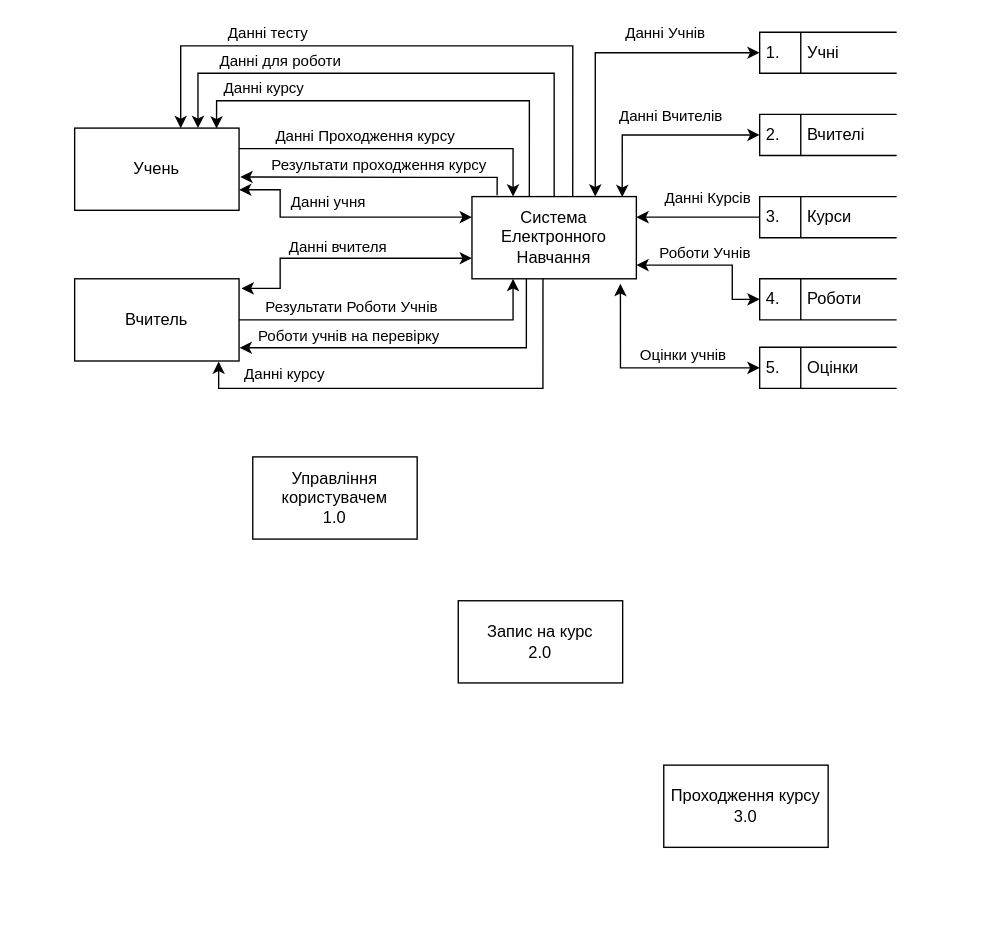
Above: page "DFD 0 level" (3 of 4) of LR2.drawio in SlayVic/Charts (draw.io), before the change. Source tidied: cells renumbered, new cells numbered last; positions are measured from the earlier drawing's top-left corner, leaving out a move shared by most shapes. Both pictures are drawn from the tidied source at 137%, with x=0, y=0 at pixel (74, 32).
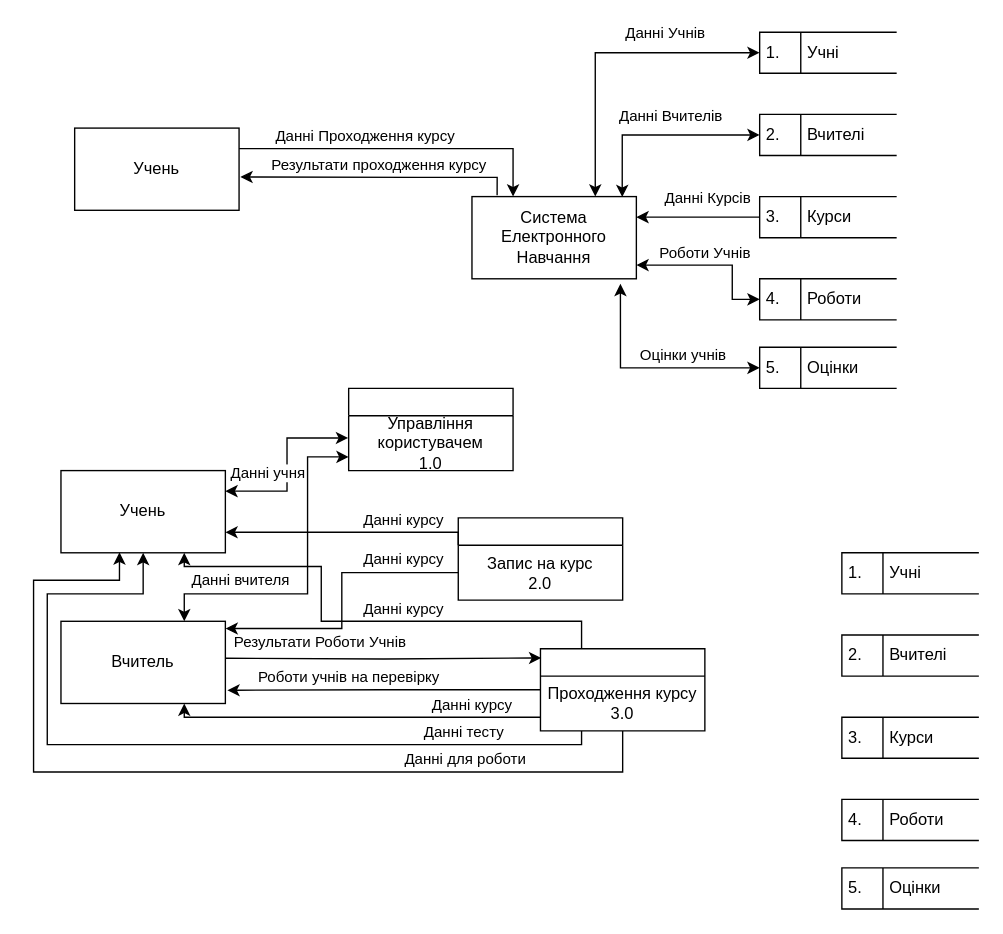
Above is the later version.

The change refers to these unchanged cells:
```xml
<mxCell id="8" value="&lt;span&gt;Система Електронного&lt;/span&gt;&lt;br&gt;&lt;span&gt;Навчання&lt;/span&gt;" style="rounded=0;whiteSpace=wrap;html=1;" parent="1" vertex="1">
  <mxGeometry x="290" y="120" width="120" height="60" as="geometry" />
</mxCell>
<mxCell id="26" value="Учень" style="rounded=0;whiteSpace=wrap;html=1;" parent="1" vertex="1">
  <mxGeometry y="70" width="120" height="60" as="geometry" />
</mxCell>
```

Change to the diagram source:
```diff
@@
-    <mxCell id="4" style="edgeStyle=orthogonalEdgeStyle;rounded=0;jettySize=auto;html=1;exitX=0;exitY=0.75;exitDx=0;exitDy=0;entryX=1.015;entryY=0.117;entryDx=0;entryDy=0;startArrow=classic;startFill=1;entryPerimeter=0;" parent="1" edge="1" source="8" target="15">
-      <mxGeometry relative="1" as="geometry">
-        <Array as="points">
-          <mxPoint x="150" y="165" />
-          <mxPoint x="150" y="187" />
-        </Array>
-      </mxGeometry>
-    </mxCell>
-    <mxCell id="5" value="Данні вчителя" style="edgeLabel;html=1;align=center;verticalAlign=middle;" parent="4" vertex="1">
-      <mxGeometry x="0.29" y="1" relative="1" as="geometry">
-        <mxPoint x="24" y="-10" as="offset" />
-      </mxGeometry>
-    </mxCell>
-    <mxCell id="6" style="edgeStyle=orthogonalEdgeStyle;rounded=0;jettySize=auto;html=1;exitX=0.349;exitY=0.006;exitDx=0;exitDy=0;entryX=0.863;entryY=0.006;entryDx=0;entryDy=0;entryPerimeter=0;startArrow=none;startFill=0;exitPerimeter=0;" parent="1" edge="1" source="8" target="26">
-      <mxGeometry relative="1" as="geometry" />
-    </mxCell>
-    <mxCell id="7" value="Данні курсу" style="edgeLabel;html=1;align=center;verticalAlign=middle;" parent="6" vertex="1">
-      <mxGeometry x="0.69" y="-3" relative="1" as="geometry">
-        <mxPoint x="5" y="-7" as="offset" />
-      </mxGeometry>
-    </mxCell>
@@
-    <mxCell id="9" style="edgeStyle=orthogonalEdgeStyle;rounded=0;jettySize=auto;html=1;exitX=1;exitY=0.5;exitDx=0;exitDy=0;entryX=0.25;entryY=1;entryDx=0;entryDy=0;endArrow=classic;endFill=1;" parent="1" edge="1" source="15" target="8">
-      <mxGeometry relative="1" as="geometry" />
-    </mxCell>
-    <mxCell id="10" value="Результати Роботи Учнів" style="edgeLabel;html=1;align=center;verticalAlign=middle;" parent="9" vertex="1">
-      <mxGeometry x="-0.67" relative="1" as="geometry">
-        <mxPoint x="43" y="-10" as="offset" />
-      </mxGeometry>
-    </mxCell>
-    <mxCell id="11" style="edgeStyle=orthogonalEdgeStyle;rounded=0;jettySize=auto;html=1;exitX=0.331;exitY=0.994;exitDx=0;exitDy=0;entryX=1.003;entryY=0.839;entryDx=0;entryDy=0;endArrow=classic;endFill=1;entryPerimeter=0;exitPerimeter=0;" parent="1" edge="1" source="8" target="15">
-      <mxGeometry relative="1" as="geometry" />
-    </mxCell>
-    <mxCell id="12" value="Роботи учнів на перевірку" style="edgeLabel;html=1;align=center;verticalAlign=middle;" parent="11" vertex="1">
-      <mxGeometry x="0.6" y="1" relative="1" as="geometry">
-        <mxPoint x="27" y="-10" as="offset" />
-      </mxGeometry>
-    </mxCell>
-    <mxCell id="13" style="edgeStyle=orthogonalEdgeStyle;rounded=0;jettySize=auto;html=1;exitX=0.432;exitY=0.992;exitDx=0;exitDy=0;entryX=0.876;entryY=1.006;entryDx=0;entryDy=0;startArrow=none;startFill=0;exitPerimeter=0;entryPerimeter=0;" parent="1" edge="1" source="8" target="15">
-      <mxGeometry relative="1" as="geometry" />
-    </mxCell>
-    <mxCell id="14" value="Данні курсу" style="edgeLabel;html=1;align=center;verticalAlign=middle;" parent="13" vertex="1">
-      <mxGeometry x="0.75" y="-1" relative="1" as="geometry">
-        <mxPoint x="25" y="-10" as="offset" />
-      </mxGeometry>
-    </mxCell>
-    <mxCell id="15" value="Вчитель" style="rounded=0;whiteSpace=wrap;html=1;" parent="1" vertex="1">
-      <mxGeometry y="180" width="120" height="60" as="geometry" />
-    </mxCell>
@@
-    <mxCell id="20" style="edgeStyle=orthogonalEdgeStyle;rounded=0;jettySize=auto;html=1;exitX=1;exitY=0.75;exitDx=0;exitDy=0;entryX=0;entryY=0.25;entryDx=0;entryDy=0;startArrow=classic;startFill=1;" parent="1" edge="1" source="26" target="8">
-      <mxGeometry relative="1" as="geometry">
-        <Array as="points">
-          <mxPoint x="150" y="115" />
-          <mxPoint x="150" y="135" />
-        </Array>
-      </mxGeometry>
-    </mxCell>
-    <mxCell id="21" value="Данні учня" style="edgeLabel;html=1;align=center;verticalAlign=middle;" parent="20" vertex="1">
-      <mxGeometry x="-0.12" relative="1" as="geometry">
-        <mxPoint y="-12" as="offset" />
-      </mxGeometry>
-    </mxCell>
-    <mxCell id="22" style="edgeStyle=orthogonalEdgeStyle;rounded=0;jettySize=auto;html=1;exitX=0.5;exitY=0;exitDx=0;exitDy=0;entryX=0.75;entryY=0;entryDx=0;entryDy=0;startArrow=none;startFill=0;" parent="1" edge="1" source="8" target="26">
-      <mxGeometry relative="1" as="geometry">
-        <Array as="points">
-          <mxPoint x="350" y="30" />
-          <mxPoint x="90" y="30" />
-        </Array>
-      </mxGeometry>
-    </mxCell>
-    <mxCell id="23" value="Данні для роботи" style="edgeLabel;html=1;align=center;verticalAlign=middle;" parent="22" vertex="1">
-      <mxGeometry x="0.66" y="-1" relative="1" as="geometry">
-        <mxPoint x="33" y="-9" as="offset" />
-      </mxGeometry>
-    </mxCell>
-    <mxCell id="24" style="edgeStyle=orthogonalEdgeStyle;rounded=0;jettySize=auto;html=1;exitX=0.613;exitY=0.006;exitDx=0;exitDy=0;entryX=0.645;entryY=0.002;entryDx=0;entryDy=0;startArrow=none;startFill=0;exitPerimeter=0;entryPerimeter=0;" parent="1" edge="1" source="8" target="26">
-      <mxGeometry relative="1" as="geometry">
-        <Array as="points">
-          <mxPoint x="364" y="10" />
-          <mxPoint x="77" y="10" />
-        </Array>
-      </mxGeometry>
-    </mxCell>
-    <mxCell id="25" value="Данні тесту" style="edgeLabel;html=1;align=center;verticalAlign=middle;" parent="24" vertex="1">
-      <mxGeometry x="0.59" y="-1" relative="1" as="geometry">
-        <mxPoint x="30" y="-9" as="offset" />
-      </mxGeometry>
-    </mxCell>
@@
+    <mxCell id="43" style="group;" parent="1" vertex="1">
+      <mxGeometry x="200" y="260" width="120" height="60" as="geometry" />
+    </mxCell>
+    <mxCell id="44" style="swimlane;fontStyle=0;horizontal=1;startSize=20;fillColor=#ffffff;swimlaneFillColor=#ffffff;" parent="43" vertex="1">
+      <mxGeometry width="120" height="60" as="geometry" />
+    </mxCell>
-    <mxCell id="40" value="Управління користувачем&lt;br&gt;1.0" style="rounded=0;whiteSpace=wrap;html=1;" parent="1" vertex="1">
-      <mxGeometry x="130" y="310" width="120" height="60" as="geometry" />
+    <mxCell id="40" value="Управління користувачем&lt;br&gt;1.0" style="text;html=1;strokeColor=none;fillColor=none;align=center;verticalAlign=middle;whiteSpace=wrap;rounded=0;" parent="43" vertex="1">
+      <mxGeometry y="20" width="120" height="40" as="geometry" />
     </mxCell>
+    <mxCell id="45" style="group;" parent="1" vertex="1">
+      <mxGeometry x="280" y="354.5" width="120" height="60" as="geometry" />
+    </mxCell>
+    <mxCell id="46" style="swimlane;fontStyle=0;horizontal=1;startSize=20;fillColor=#ffffff;swimlaneFillColor=#ffffff;" parent="45" vertex="1">
+      <mxGeometry width="120" height="60" as="geometry" />
+    </mxCell>
-    <mxCell id="41" value="Запис на курс&lt;br&gt;2.0" style="rounded=0;whiteSpace=wrap;html=1;" parent="1" vertex="1">
-      <mxGeometry x="280" y="415" width="120" height="60" as="geometry" />
+    <mxCell id="41" value="Запис на курс&lt;br&gt;2.0" style="text;html=1;strokeColor=none;fillColor=none;align=center;verticalAlign=middle;whiteSpace=wrap;rounded=0;" parent="45" vertex="1">
+      <mxGeometry y="20" width="120" height="40" as="geometry" />
     </mxCell>
+    <mxCell id="47" style="group;" parent="1" vertex="1">
+      <mxGeometry x="340" y="450" width="120" height="60" as="geometry" />
+    </mxCell>
+    <mxCell id="48" style="swimlane;fontStyle=0;horizontal=1;startSize=20;fillColor=#ffffff;swimlaneFillColor=#ffffff;" parent="47" vertex="1">
+      <mxGeometry width="120" height="60" as="geometry" />
+    </mxCell>
-    <mxCell id="42" value="Проходження курсу&lt;br&gt;3.0" style="rounded=0;whiteSpace=wrap;html=1;" parent="1" vertex="1">
-      <mxGeometry x="430" y="535" width="120" height="60" as="geometry" />
+    <mxCell id="42" value="Проходження курсу&lt;br&gt;3.0" style="text;html=1;strokeColor=none;fillColor=none;align=center;verticalAlign=middle;whiteSpace=wrap;rounded=0;" parent="47" vertex="1">
+      <mxGeometry y="20" width="120" height="40" as="geometry" />
     </mxCell>
+    <mxCell id="49" style="edgeStyle=orthogonalEdgeStyle;rounded=0;jettySize=auto;html=1;exitX=1;exitY=0.25;exitDx=0;exitDy=0;entryX=-0.003;entryY=0.405;entryDx=0;entryDy=0;entryPerimeter=0;startArrow=classic;startFill=1;" parent="1" edge="1" source="50" target="40">
+      <mxGeometry relative="1" as="geometry" />
+    </mxCell>
+    <mxCell id="21" value="Данні учня" style="edgeLabel;html=1;align=center;verticalAlign=middle;" parent="49" vertex="1">
+      <mxGeometry x="0.14" y="2" relative="1" as="geometry">
+        <mxPoint x="-13" y="14" as="offset" />
+      </mxGeometry>
+    </mxCell>
+    <mxCell id="50" value="Учень" style="rounded=0;whiteSpace=wrap;html=1;" parent="1" vertex="1">
+      <mxGeometry x="-10" y="320" width="120" height="60" as="geometry" />
+    </mxCell>
+    <mxCell id="51" style="edgeStyle=orthogonalEdgeStyle;rounded=0;jettySize=auto;html=1;exitX=0.75;exitY=0;exitDx=0;exitDy=0;entryX=0;entryY=0.75;entryDx=0;entryDy=0;startArrow=classic;startFill=1;" parent="1" edge="1" source="15" target="40">
+      <mxGeometry relative="1" as="geometry">
+        <Array as="points">
+          <mxPoint x="80" y="410" />
+          <mxPoint x="170" y="410" />
+          <mxPoint x="170" y="310" />
+        </Array>
+      </mxGeometry>
+    </mxCell>
+    <mxCell id="5" value="Данні вчителя" style="edgeLabel;html=1;align=center;verticalAlign=middle;" parent="51" vertex="1">
+      <mxGeometry x="0.29" y="1" relative="1" as="geometry">
+        <mxPoint x="-49" y="34" as="offset" />
+      </mxGeometry>
+    </mxCell>
+    <mxCell id="52" style="edgeStyle=orthogonalEdgeStyle;rounded=0;jettySize=auto;html=1;entryX=0.005;entryY=0.112;entryDx=0;entryDy=0;startArrow=none;startFill=0;entryPerimeter=0;" parent="1" edge="1" target="48">
+      <mxGeometry relative="1" as="geometry">
+        <mxPoint x="110" y="457" as="sourcePoint" />
+      </mxGeometry>
+    </mxCell>
+    <mxCell id="10" value="Результати Роботи Учнів" style="edgeLabel;html=1;align=center;verticalAlign=middle;" parent="52" vertex="1">
+      <mxGeometry x="0.48" y="-2" relative="1" as="geometry">
+        <mxPoint x="-102" y="-14" as="offset" />
+      </mxGeometry>
+    </mxCell>
+    <mxCell id="15" value="Вчитель" style="rounded=0;whiteSpace=wrap;html=1;" parent="1" vertex="1">
+      <mxGeometry x="-10" y="430" width="120" height="60" as="geometry" />
+    </mxCell>
+    <mxCell id="53" value="1.&amp;nbsp; &amp;nbsp; &amp;nbsp; Учні" style="html=1;dashed=0;whitespace=wrap;shape=mxgraph.dfd.dataStoreID;align=left;spacingLeft=3;" parent="1" vertex="1">
+      <mxGeometry x="560" y="380" width="100" height="30" as="geometry" />
+    </mxCell>
+    <mxCell id="54" value="2.&amp;nbsp; &amp;nbsp; &amp;nbsp; Вчителі" style="html=1;dashed=0;whitespace=wrap;shape=mxgraph.dfd.dataStoreID;align=left;spacingLeft=3;" parent="1" vertex="1">
+      <mxGeometry x="560" y="440" width="100" height="30" as="geometry" />
+    </mxCell>
+    <mxCell id="55" value="3.&amp;nbsp; &amp;nbsp; &amp;nbsp; Курси" style="html=1;dashed=0;whitespace=wrap;shape=mxgraph.dfd.dataStoreID;align=left;spacingLeft=3;" parent="1" vertex="1">
+      <mxGeometry x="560" y="500" width="100" height="30" as="geometry" />
+    </mxCell>
+    <mxCell id="56" value="4.&amp;nbsp; &amp;nbsp; &amp;nbsp; Роботи" style="html=1;dashed=0;whitespace=wrap;shape=mxgraph.dfd.dataStoreID;align=left;spacingLeft=3;" parent="1" vertex="1">
+      <mxGeometry x="560" y="560" width="100" height="30" as="geometry" />
+    </mxCell>
+    <mxCell id="57" value="5.&amp;nbsp; &amp;nbsp; &amp;nbsp; Оцінки" style="html=1;dashed=0;whitespace=wrap;shape=mxgraph.dfd.dataStoreID;align=left;spacingLeft=3;" parent="1" vertex="1">
+      <mxGeometry x="560" y="610" width="100" height="30" as="geometry" />
+    </mxCell>
+    <mxCell id="58" style="edgeStyle=orthogonalEdgeStyle;rounded=0;jettySize=auto;html=1;exitX=0;exitY=0.25;exitDx=0;exitDy=0;entryX=1.012;entryY=0.839;entryDx=0;entryDy=0;entryPerimeter=0;startArrow=none;startFill=0;" parent="1" edge="1" source="42" target="15">
+      <mxGeometry relative="1" as="geometry" />
+    </mxCell>
+    <mxCell id="12" value="Роботи учнів на перевірку" style="edgeLabel;html=1;align=center;verticalAlign=middle;" parent="58" vertex="1">
+      <mxGeometry x="0.22" relative="1" as="geometry">
+        <mxPoint x="-1" y="-10" as="offset" />
+      </mxGeometry>
+    </mxCell>
+    <mxCell id="59" style="edgeStyle=orthogonalEdgeStyle;rounded=0;jettySize=auto;html=1;exitX=0;exitY=0.5;exitDx=0;exitDy=0;entryX=1.001;entryY=0.088;entryDx=0;entryDy=0;entryPerimeter=0;startArrow=none;startFill=0;" parent="1" edge="1" source="41" target="15">
+      <mxGeometry relative="1" as="geometry" />
+    </mxCell>
+    <mxCell id="60" value="Данні курсу" style="edgeLabel;html=1;align=center;verticalAlign=middle;" parent="59" vertex="1">
+      <mxGeometry x="-0.51" y="-2" relative="1" as="geometry">
+        <mxPoint x="11" y="-8" as="offset" />
+      </mxGeometry>
+    </mxCell>
+    <mxCell id="61" style="edgeStyle=orthogonalEdgeStyle;rounded=0;jettySize=auto;html=1;exitX=0;exitY=0.75;exitDx=0;exitDy=0;entryX=0.75;entryY=1;entryDx=0;entryDy=0;startArrow=none;startFill=0;" parent="1" edge="1" source="42" target="15">
+      <mxGeometry relative="1" as="geometry">
+        <Array as="points">
+          <mxPoint x="80" y="500" />
+        </Array>
+      </mxGeometry>
+    </mxCell>
+    <mxCell id="62" value="Данні курсу" style="edgeLabel;html=1;align=center;verticalAlign=middle;" parent="61" vertex="1">
+      <mxGeometry x="-0.3" relative="1" as="geometry">
+        <mxPoint x="44" y="-10" as="offset" />
+      </mxGeometry>
+    </mxCell>
+    <mxCell id="63" style="edgeStyle=orthogonalEdgeStyle;rounded=0;jettySize=auto;html=1;exitX=0;exitY=0;exitDx=0;exitDy=0;entryX=1;entryY=0.75;entryDx=0;entryDy=0;startArrow=none;startFill=0;" parent="1" edge="1" source="41" target="50">
+      <mxGeometry relative="1" as="geometry">
+        <Array as="points">
+          <mxPoint x="280" y="365" />
+        </Array>
+      </mxGeometry>
+    </mxCell>
+    <mxCell id="64" value="Данні курсу" style="edgeLabel;html=1;align=center;verticalAlign=middle;" parent="63" vertex="1">
+      <mxGeometry x="-0.23" relative="1" as="geometry">
+        <mxPoint x="19" y="-10" as="offset" />
+      </mxGeometry>
+    </mxCell>
+    <mxCell id="65" style="edgeStyle=orthogonalEdgeStyle;rounded=0;jettySize=auto;html=1;exitX=0.25;exitY=0;exitDx=0;exitDy=0;entryX=0.75;entryY=1;entryDx=0;entryDy=0;startArrow=none;startFill=0;" parent="1" edge="1" source="48" target="50">
+      <mxGeometry relative="1" as="geometry">
+        <Array as="points">
+          <mxPoint x="370" y="430" />
+          <mxPoint x="180" y="430" />
+          <mxPoint x="180" y="390" />
+          <mxPoint x="80" y="390" />
+        </Array>
+      </mxGeometry>
+    </mxCell>
+    <mxCell id="66" value="Данні курсу" style="edgeLabel;html=1;align=center;verticalAlign=middle;" parent="65" vertex="1">
+      <mxGeometry x="-0.26" y="1" relative="1" as="geometry">
+        <mxPoint x="-18" y="-11" as="offset" />
+      </mxGeometry>
+    </mxCell>
+    <mxCell id="67" style="edgeStyle=orthogonalEdgeStyle;rounded=0;jettySize=auto;html=1;exitX=0.25;exitY=1;exitDx=0;exitDy=0;entryX=0.5;entryY=1;entryDx=0;entryDy=0;startArrow=none;startFill=0;" parent="1" edge="1" source="42" target="50">
+      <mxGeometry relative="1" as="geometry">
+        <Array as="points">
+          <mxPoint x="370" y="520" />
+          <mxPoint x="-20" y="520" />
+          <mxPoint x="-20" y="410" />
+          <mxPoint x="50" y="410" />
+        </Array>
+      </mxGeometry>
+    </mxCell>
+    <mxCell id="25" value="Данні тесту" style="edgeLabel;html=1;align=center;verticalAlign=middle;" parent="67" vertex="1">
+      <mxGeometry x="-0.64" y="3" relative="1" as="geometry">
+        <mxPoint x="13" y="-13" as="offset" />
+      </mxGeometry>
+    </mxCell>
+    <mxCell id="68" style="edgeStyle=orthogonalEdgeStyle;rounded=0;jettySize=auto;html=1;exitX=0.5;exitY=1;exitDx=0;exitDy=0;entryX=0.356;entryY=0.994;entryDx=0;entryDy=0;entryPerimeter=0;startArrow=none;startFill=0;" parent="1" edge="1" source="42" target="50">
+      <mxGeometry relative="1" as="geometry">
+        <Array as="points">
+          <mxPoint x="400" y="540" />
+          <mxPoint x="-30" y="540" />
+          <mxPoint x="-30" y="400" />
+          <mxPoint x="33" y="400" />
+        </Array>
+      </mxGeometry>
+    </mxCell>
+    <mxCell id="23" value="Данні для роботи" style="edgeLabel;html=1;align=center;verticalAlign=middle;" parent="68" vertex="1">
+      <mxGeometry x="-0.56" y="3" relative="1" as="geometry">
+        <mxPoint x="4" y="-13" as="offset" />
+      </mxGeometry>
+    </mxCell>
```
